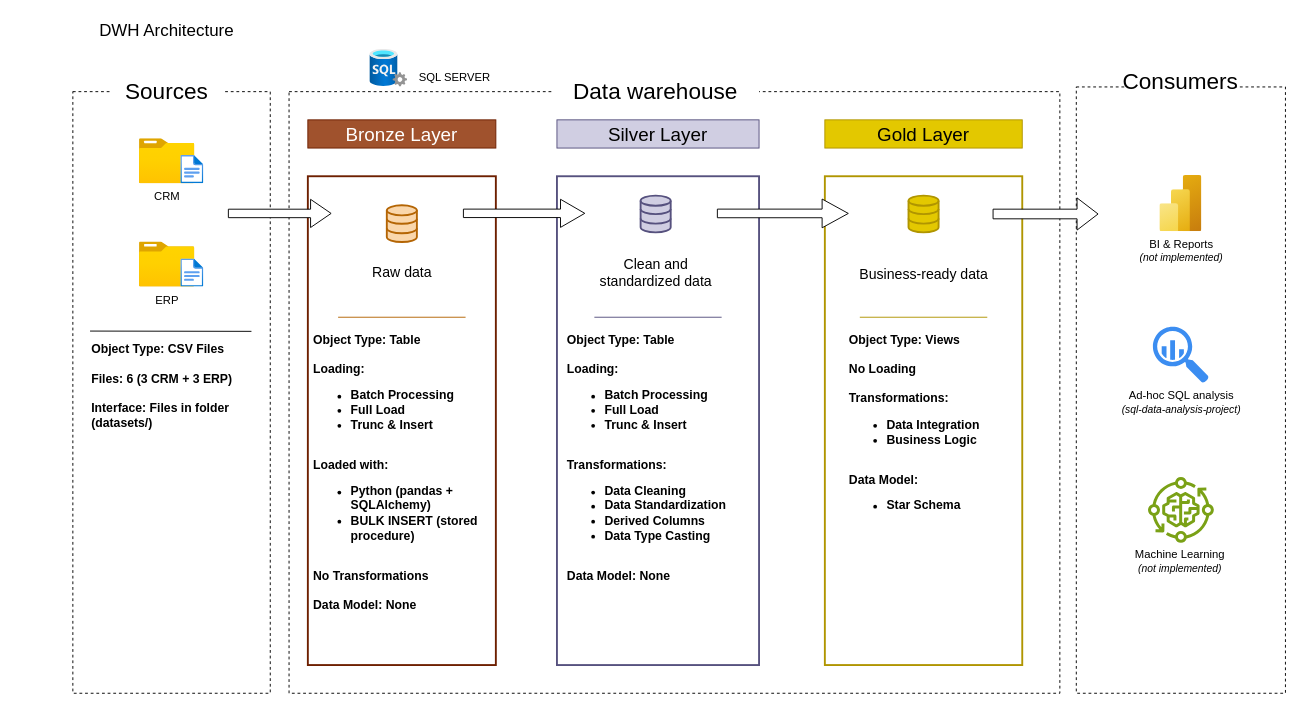
Earlier version of the draw.io diagram docs/data_architecture.drawio (Teovi13/sql-data-warehouse-project). Source tidied: cells renumbered, new cells numbered last; positions are measured from the earlier drawing's top-left corner, leaving out a move shared by most shapes. Both pictures are drawn from the tidied source at 94%, with x=0, y=0 at pixel (16, 16).
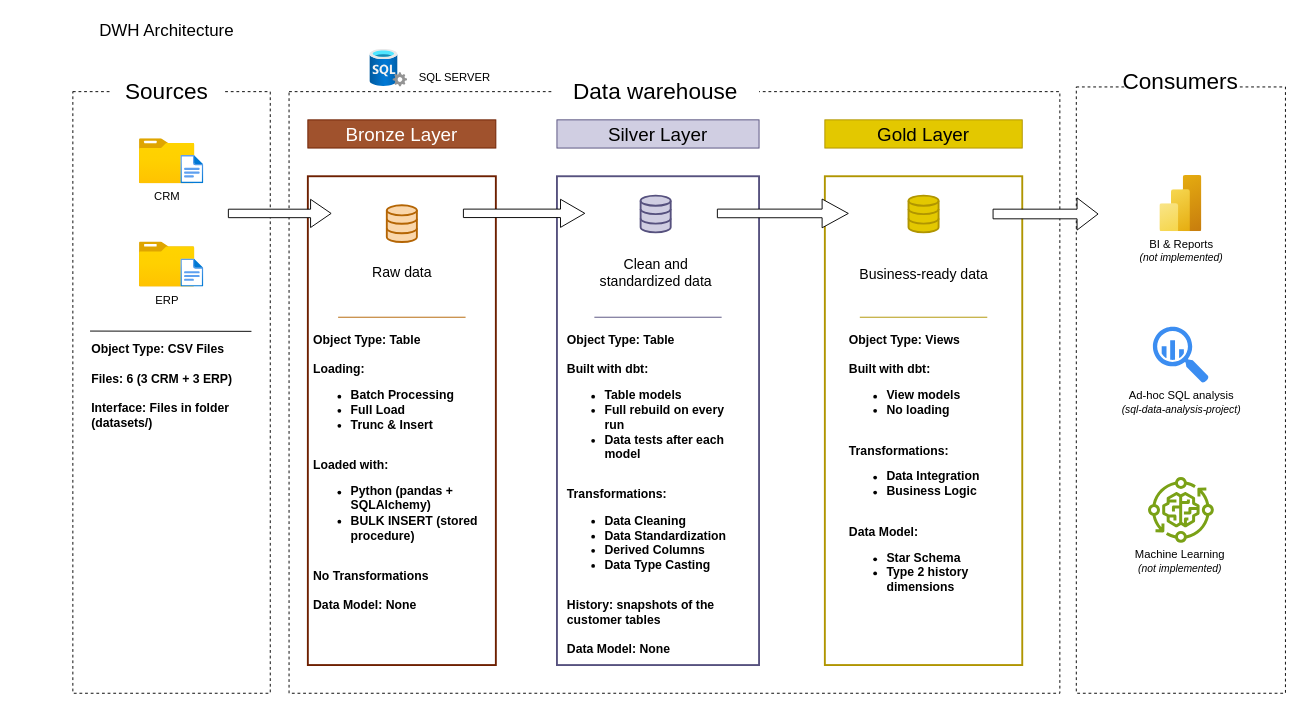
After the change.

Diff of the diagram source:
```diff
@@
-    <mxCell id="34" value="&lt;div&gt;&lt;span style=&quot;font-size: 13px;&quot;&gt;&lt;b&gt;Object Type: Table&lt;/b&gt;&lt;/span&gt;&lt;/div&gt;&lt;div&gt;&lt;span style=&quot;font-size: 13px;&quot;&gt;&lt;b&gt;&lt;br&gt;&lt;/b&gt;&lt;/span&gt;&lt;/div&gt;&lt;div&gt;&lt;span style=&quot;font-size: 13px;&quot;&gt;&lt;b&gt;Loading:&lt;/b&gt;&lt;/span&gt;&lt;/div&gt;&lt;div&gt;&lt;ul&gt;&lt;li&gt;&lt;span style=&quot;font-size: 13px;&quot;&gt;&lt;b&gt;Batch Processing&lt;/b&gt;&lt;/span&gt;&lt;/li&gt;&lt;li&gt;&lt;span style=&quot;font-size: 13px;&quot;&gt;&lt;b&gt;Full Load&lt;/b&gt;&lt;/span&gt;&lt;/li&gt;&lt;li&gt;&lt;span style=&quot;font-size: 13px;&quot;&gt;&lt;b&gt;Trunc &amp;amp; Insert&lt;/b&gt;&lt;/span&gt;&lt;/li&gt;&lt;/ul&gt;&lt;/div&gt;&lt;div&gt;&lt;span style=&quot;font-size: 13px;&quot;&gt;&lt;b&gt;&lt;br&gt;&lt;/b&gt;&lt;/span&gt;&lt;/div&gt;&lt;div&gt;&lt;span style=&quot;font-size: 13px;&quot;&gt;&lt;b&gt;Transformations:&lt;/b&gt;&lt;/span&gt;&lt;/div&gt;&lt;div&gt;&lt;ul&gt;&lt;li&gt;&lt;span style=&quot;font-size: 13px;&quot;&gt;&lt;b&gt;Data Cleaning&lt;/b&gt;&lt;/span&gt;&lt;/li&gt;&lt;li&gt;&lt;span style=&quot;font-size: 13px;&quot;&gt;&lt;b&gt;Data Standardization&lt;/b&gt;&lt;/span&gt;&lt;/li&gt;&lt;li&gt;&lt;span style=&quot;font-size: 13px;&quot;&gt;&lt;b&gt;Derived Columns&lt;/b&gt;&lt;/span&gt;&lt;/li&gt;&lt;li&gt;&lt;span style=&quot;font-size: 13px;&quot;&gt;&lt;b&gt;Data Type Casting&lt;/b&gt;&lt;/span&gt;&lt;/li&gt;&lt;/ul&gt;&lt;/div&gt;&lt;div&gt;&lt;span style=&quot;font-size: 13px;&quot;&gt;&lt;b&gt;&lt;br&gt;&lt;/b&gt;&lt;/span&gt;&lt;/div&gt;&lt;div&gt;&lt;span style=&quot;font-size: 13px;&quot;&gt;&lt;b&gt;Data Model: None&lt;/b&gt;&lt;/span&gt;&lt;/div&gt;" style="text;html=1;align=left;verticalAlign=top;whiteSpace=wrap;rounded=0;fontColor=#000000;strokeColor=none;" parent="1" vertex="1">
+    <mxCell id="34" value="&lt;div&gt;&lt;span style=&quot;font-size: 13px;&quot;&gt;&lt;b&gt;Object Type: Table&lt;/b&gt;&lt;/span&gt;&lt;/div&gt;&lt;div&gt;&lt;span style=&quot;font-size: 13px;&quot;&gt;&lt;b&gt;&lt;br&gt;&lt;/b&gt;&lt;/span&gt;&lt;/div&gt;&lt;div&gt;&lt;span style=&quot;font-size: 13px;&quot;&gt;&lt;b&gt;Built with dbt:&lt;/b&gt;&lt;/span&gt;&lt;/div&gt;&lt;div&gt;&lt;ul&gt;&lt;li&gt;&lt;span style=&quot;font-size: 13px;&quot;&gt;&lt;b&gt;Table models&lt;/b&gt;&lt;/span&gt;&lt;/li&gt;&lt;li&gt;&lt;span style=&quot;font-size: 13px;&quot;&gt;&lt;b&gt;Full rebuild on every run&lt;/b&gt;&lt;/span&gt;&lt;/li&gt;&lt;li&gt;&lt;span style=&quot;font-size: 13px;&quot;&gt;&lt;b&gt;Data tests after each model&lt;/b&gt;&lt;/span&gt;&lt;/li&gt;&lt;/ul&gt;&lt;/div&gt;&lt;div&gt;&lt;span style=&quot;font-size: 13px;&quot;&gt;&lt;b&gt;&lt;br&gt;&lt;/b&gt;&lt;/span&gt;&lt;/div&gt;&lt;div&gt;&lt;span style=&quot;font-size: 13px;&quot;&gt;&lt;b&gt;Transformations:&lt;/b&gt;&lt;/span&gt;&lt;/div&gt;&lt;div&gt;&lt;ul&gt;&lt;li&gt;&lt;span style=&quot;font-size: 13px;&quot;&gt;&lt;b&gt;Data Cleaning&lt;/b&gt;&lt;/span&gt;&lt;/li&gt;&lt;li&gt;&lt;span style=&quot;font-size: 13px;&quot;&gt;&lt;b&gt;Data Standardization&lt;/b&gt;&lt;/span&gt;&lt;/li&gt;&lt;li&gt;&lt;span style=&quot;font-size: 13px;&quot;&gt;&lt;b&gt;Derived Columns&lt;/b&gt;&lt;/span&gt;&lt;/li&gt;&lt;li&gt;&lt;span style=&quot;font-size: 13px;&quot;&gt;&lt;b&gt;Data Type Casting&lt;/b&gt;&lt;/span&gt;&lt;/li&gt;&lt;/ul&gt;&lt;/div&gt;&lt;div&gt;&lt;span style=&quot;font-size: 13px;&quot;&gt;&lt;b&gt;&lt;br&gt;&lt;/b&gt;&lt;/span&gt;&lt;/div&gt;&lt;div&gt;&lt;span style=&quot;font-size: 13px;&quot;&gt;&lt;b&gt;History: snapshots of the customer tables&lt;/b&gt;&lt;/span&gt;&lt;/div&gt;&lt;div&gt;&lt;span style=&quot;font-size: 13px;&quot;&gt;&lt;b&gt;&lt;br&gt;&lt;/b&gt;&lt;/span&gt;&lt;/div&gt;&lt;div&gt;&lt;span style=&quot;font-size: 13px;&quot;&gt;&lt;b&gt;Data Model: None&lt;/b&gt;&lt;/span&gt;&lt;/div&gt;" style="text;html=1;align=left;verticalAlign=top;whiteSpace=wrap;rounded=0;fontColor=#000000;strokeColor=none;" parent="1" vertex="1">
       <mxGeometry x="584.2" y="330" width="191.5" height="340" as="geometry" />
     </mxCell>
-    <mxCell id="35" value="&lt;div&gt;&lt;span style=&quot;font-size: 13px;&quot;&gt;&lt;b&gt;Object Type: Views&lt;/b&gt;&lt;/span&gt;&lt;/div&gt;&lt;div&gt;&lt;span style=&quot;font-size: 13px;&quot;&gt;&lt;b&gt;&lt;br&gt;&lt;/b&gt;&lt;/span&gt;&lt;/div&gt;&lt;div&gt;&lt;span style=&quot;font-size: 13px;&quot;&gt;&lt;b&gt;No Loading&lt;/b&gt;&lt;/span&gt;&lt;/div&gt;&lt;div&gt;&lt;span style=&quot;font-size: 13px;&quot;&gt;&lt;b&gt;&lt;br&gt;&lt;/b&gt;&lt;/span&gt;&lt;/div&gt;&lt;div&gt;&lt;span style=&quot;font-size: 13px;&quot;&gt;&lt;b&gt;Transformations:&lt;/b&gt;&lt;/span&gt;&lt;/div&gt;&lt;div&gt;&lt;ul&gt;&lt;li&gt;&lt;span style=&quot;font-size: 13px;&quot;&gt;&lt;b&gt;Data Integration&lt;/b&gt;&lt;/span&gt;&lt;/li&gt;&lt;li&gt;&lt;span style=&quot;font-size: 13px;&quot;&gt;&lt;b&gt;Business Logic&lt;/b&gt;&lt;/span&gt;&lt;/li&gt;&lt;/ul&gt;&lt;/div&gt;&lt;div&gt;&lt;span style=&quot;font-size: 13px;&quot;&gt;&lt;b&gt;&lt;br&gt;&lt;/b&gt;&lt;/span&gt;&lt;/div&gt;&lt;div&gt;&lt;span style=&quot;font-size: 13px;&quot;&gt;&lt;b&gt;Data Model:&lt;/b&gt;&lt;/span&gt;&lt;/div&gt;&lt;div&gt;&lt;ul&gt;&lt;li&gt;&lt;span style=&quot;font-size: 13px;&quot;&gt;&lt;b&gt;Star Schema&lt;/b&gt;&lt;/span&gt;&lt;/li&gt;&lt;/ul&gt;&lt;/div&gt;" style="text;html=1;align=left;verticalAlign=top;whiteSpace=wrap;rounded=0;fontColor=#000000;strokeColor=none;" parent="1" vertex="1">
+    <mxCell id="35" value="&lt;div&gt;&lt;span style=&quot;font-size: 13px;&quot;&gt;&lt;b&gt;Object Type: Views&lt;/b&gt;&lt;/span&gt;&lt;/div&gt;&lt;div&gt;&lt;span style=&quot;font-size: 13px;&quot;&gt;&lt;b&gt;&lt;br&gt;&lt;/b&gt;&lt;/span&gt;&lt;/div&gt;&lt;div&gt;&lt;span style=&quot;font-size: 13px;&quot;&gt;&lt;b&gt;Built with dbt:&lt;/b&gt;&lt;/span&gt;&lt;/div&gt;&lt;div&gt;&lt;ul&gt;&lt;li&gt;&lt;span style=&quot;font-size: 13px;&quot;&gt;&lt;b&gt;View models&lt;/b&gt;&lt;/span&gt;&lt;/li&gt;&lt;li&gt;&lt;span style=&quot;font-size: 13px;&quot;&gt;&lt;b&gt;No loading&lt;/b&gt;&lt;/span&gt;&lt;/li&gt;&lt;/ul&gt;&lt;/div&gt;&lt;div&gt;&lt;span style=&quot;font-size: 13px;&quot;&gt;&lt;b&gt;&lt;br&gt;&lt;/b&gt;&lt;/span&gt;&lt;/div&gt;&lt;div&gt;&lt;span style=&quot;font-size: 13px;&quot;&gt;&lt;b&gt;Transformations:&lt;/b&gt;&lt;/span&gt;&lt;/div&gt;&lt;div&gt;&lt;ul&gt;&lt;li&gt;&lt;span style=&quot;font-size: 13px;&quot;&gt;&lt;b&gt;Data Integration&lt;/b&gt;&lt;/span&gt;&lt;/li&gt;&lt;li&gt;&lt;span style=&quot;font-size: 13px;&quot;&gt;&lt;b&gt;Business Logic&lt;/b&gt;&lt;/span&gt;&lt;/li&gt;&lt;/ul&gt;&lt;/div&gt;&lt;div&gt;&lt;span style=&quot;font-size: 13px;&quot;&gt;&lt;b&gt;&lt;br&gt;&lt;/b&gt;&lt;/span&gt;&lt;/div&gt;&lt;div&gt;&lt;span style=&quot;font-size: 13px;&quot;&gt;&lt;b&gt;Data Model:&lt;/b&gt;&lt;/span&gt;&lt;/div&gt;&lt;div&gt;&lt;ul&gt;&lt;li&gt;&lt;span style=&quot;font-size: 13px;&quot;&gt;&lt;b&gt;Star Schema&lt;/b&gt;&lt;/span&gt;&lt;/li&gt;&lt;li&gt;&lt;span style=&quot;font-size: 13px;&quot;&gt;&lt;b&gt;Type 2 history dimensions&lt;/b&gt;&lt;/span&gt;&lt;/li&gt;&lt;/ul&gt;&lt;/div&gt;" style="text;html=1;align=left;verticalAlign=top;whiteSpace=wrap;rounded=0;fontColor=#000000;strokeColor=none;" parent="1" vertex="1">
       <mxGeometry x="884.2" y="330" width="161.5" height="340" as="geometry" />
     </mxCell>
```
